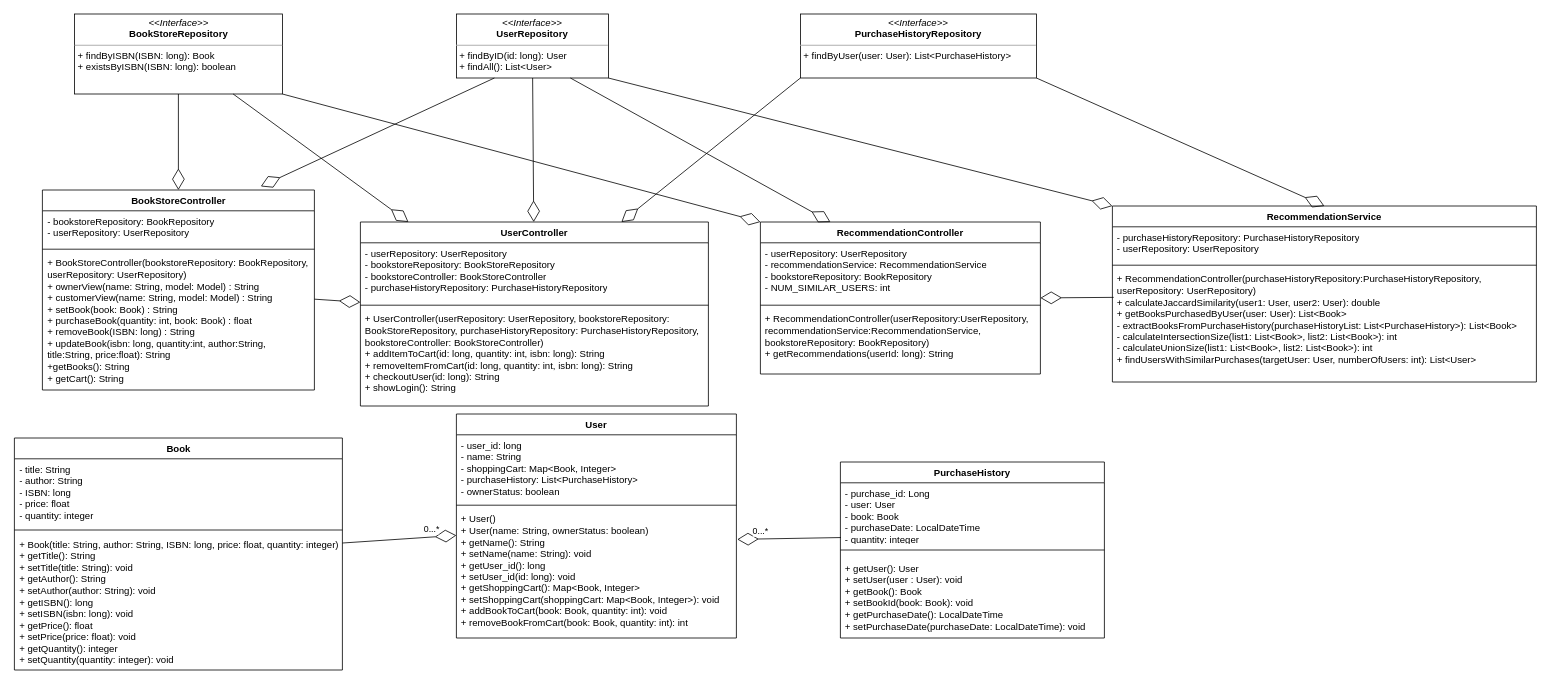
The draw.io diagram page "UML" (1 of 2) of diagrams/SYSC4806Project.drawio in FARHAN-MAHAMUD/SYSC-4806-Project, before the edit. Source tidied: cells renumbered, new cells numbered last; positions are measured from the earlier drawing's top-left corner, leaving out a move shared by most shapes. Both pictures are drawn from the tidied source at 80%, with x=0, y=0 at pixel (14, 14).
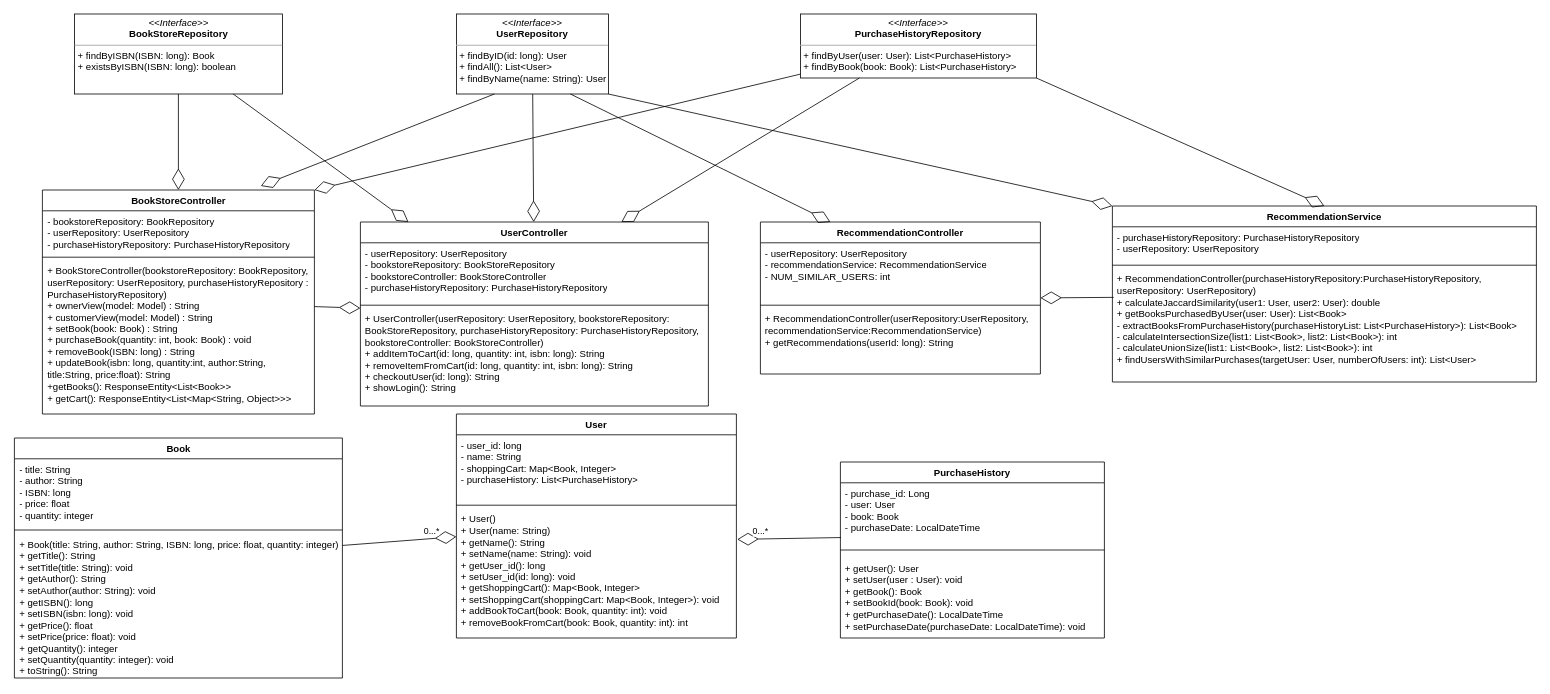
After the change.

Unchanged cells that the change refers to:
```xml
<mxCell id="6" value="User" style="swimlane;fontStyle=1;align=center;verticalAlign=top;horizontal=1;startSize=26;whiteSpace=wrap;html=1;" parent="1" vertex="1">
  <mxGeometry x="552" y="500" width="350" height="280" as="geometry" />
</mxCell>
<mxCell id="12" value="&lt;p style=&quot;margin:0px;margin-top:4px;text-align:center;&quot;&gt;&lt;i&gt;&amp;lt;&amp;lt;Interface&amp;gt;&amp;gt;&lt;/i&gt;&lt;br&gt;&lt;b&gt;BookStoreRepository&lt;/b&gt;&lt;/p&gt;&lt;hr size=&quot;1&quot;&gt;&lt;p style=&quot;margin:0px;margin-left:4px;&quot;&gt;&lt;/p&gt;&lt;p style=&quot;margin:0px;margin-left:4px;&quot;&gt;&lt;span style=&quot;background-color: initial;&quot;&gt;+ findByISBN(ISBN: long): Book&lt;/span&gt;&lt;br&gt;&lt;/p&gt;&lt;p style=&quot;margin:0px;margin-left:4px;&quot;&gt;&lt;span style=&quot;background-color: initial;&quot;&gt;+ existsByISBN(ISBN: long): boolean&lt;/span&gt;&lt;/p&gt;" style="verticalAlign=top;align=left;overflow=fill;fontSize=12;fontFamily=Helvetica;html=1;whiteSpace=wrap;" parent="1" vertex="1">
  <mxGeometry x="74.5" width="260" height="100" as="geometry" />
</mxCell>
<mxCell id="18" value="UserController" style="swimlane;fontStyle=1;align=center;verticalAlign=top;horizontal=1;startSize=26;whiteSpace=wrap;html=1;" parent="1" vertex="1">
  <mxGeometry x="432" y="260" width="435" height="230" as="geometry" />
</mxCell>
<mxCell id="27" value="PurchaseHistory" style="swimlane;fontStyle=1;align=center;verticalAlign=top;horizontal=1;startSize=26;whiteSpace=wrap;html=1;" parent="1" vertex="1">
  <mxGeometry x="1032" y="560" width="330" height="220" as="geometry" />
</mxCell>
<mxCell id="31" value="RecommendationController" style="swimlane;fontStyle=1;align=center;verticalAlign=top;horizontal=1;startSize=26;whiteSpace=wrap;html=1;" parent="1" vertex="1">
  <mxGeometry x="932" y="260" width="350" height="190" as="geometry" />
</mxCell>
```

Change to the diagram source:
```diff
@@
     <mxCell id="2" value="Book" style="swimlane;fontStyle=1;align=center;verticalAlign=top;horizontal=1;startSize=26;whiteSpace=wrap;html=1;" parent="1" vertex="1">
-      <mxGeometry x="-0.5" y="530" width="410" height="290" as="geometry" />
+      <mxGeometry x="-0.5" y="530" width="410" height="300" as="geometry" />
     </mxCell>
@@
-    <mxCell id="5" value="+ Book(title: String, author: String, ISBN: long, price: float, quantity: integer)&lt;br&gt;+ getTitle(): String&lt;br&gt;+ setTitle(title: String): void&lt;br&gt;+ getAuthor(): String&lt;br style=&quot;border-color: var(--border-color);&quot;&gt;+ setAuthor(author: String): void&lt;br&gt;+ getISBN(): long&lt;br style=&quot;border-color: var(--border-color);&quot;&gt;+ setISBN(isbn: long): void&lt;br&gt;+ getPrice(): float&lt;br style=&quot;border-color: var(--border-color);&quot;&gt;+ setPrice(price: float): void&lt;br&gt;+ getQuantity(): integer&lt;br style=&quot;border-color: var(--border-color);&quot;&gt;+ setQuantity(quantity: integer): void" style="text;strokeColor=none;fillColor=none;align=left;verticalAlign=top;spacingLeft=4;spacingRight=4;overflow=hidden;whiteSpace=wrap;html=1;" parent="2" vertex="1">
-      <mxGeometry y="120" width="410" height="170" as="geometry" />
+    <mxCell id="5" value="+ Book(title: String, author: String, ISBN: long, price: float, quantity: integer)&lt;br&gt;+ getTitle(): String&lt;br&gt;+ setTitle(title: String): void&lt;br&gt;+ getAuthor(): String&lt;br style=&quot;border-color: var(--border-color);&quot;&gt;+ setAuthor(author: String): void&lt;br&gt;+ getISBN(): long&lt;br style=&quot;border-color: var(--border-color);&quot;&gt;+ setISBN(isbn: long): void&lt;br&gt;+ getPrice(): float&lt;br style=&quot;border-color: var(--border-color);&quot;&gt;+ setPrice(price: float): void&lt;br&gt;+ getQuantity(): integer&lt;br style=&quot;border-color: var(--border-color);&quot;&gt;+ setQuantity(quantity: integer): void&lt;br&gt;+&amp;nbsp;toString(): String" style="text;strokeColor=none;fillColor=none;align=left;verticalAlign=top;spacingLeft=4;spacingRight=4;overflow=hidden;whiteSpace=wrap;html=1;" parent="2" vertex="1">
+      <mxGeometry y="120" width="410" height="180" as="geometry" />
     </mxCell>
@@
-    <mxCell id="7" value="- user_id: long&lt;br&gt;- name: String&lt;br&gt;- shoppingCart: Map&amp;lt;Book, Integer&amp;gt;&lt;br&gt;-&amp;nbsp;purchaseHistory&lt;span style=&quot;background-color: initial;&quot;&gt;: List&amp;lt;PurchaseHistory&amp;gt;&lt;br&gt;- ownerStatus: boolean&lt;br&gt;&lt;/span&gt;" style="text;strokeColor=none;fillColor=none;align=left;verticalAlign=top;spacingLeft=4;spacingRight=4;overflow=hidden;whiteSpace=wrap;html=1;" parent="6" vertex="1">
+    <mxCell id="7" value="- user_id: long&lt;br&gt;- name: String&lt;br&gt;- shoppingCart: Map&amp;lt;Book, Integer&amp;gt;&lt;br&gt;-&amp;nbsp;purchaseHistory&lt;span style=&quot;background-color: initial;&quot;&gt;: List&amp;lt;PurchaseHistory&amp;gt;&lt;br&gt;&lt;/span&gt;" style="text;strokeColor=none;fillColor=none;align=left;verticalAlign=top;spacingLeft=4;spacingRight=4;overflow=hidden;whiteSpace=wrap;html=1;" parent="6" vertex="1">
       <mxGeometry y="26" width="350" height="84" as="geometry" />
     </mxCell>
@@
-    <mxCell id="9" value="+ User()&lt;br&gt;+ User(name: String, ownerStatus: boolean)&lt;br&gt;+ getName(): String&lt;br&gt;+ setName(name: String): void&lt;br&gt;+ getUser_id(): long&lt;br&gt;+ setUser_id(id: long): void&lt;br&gt;+ getShoppingCart(): Map&amp;lt;Book, Integer&amp;gt;&lt;br&gt;+ setShoppingCart(shoppingCart: Map&amp;lt;Book, Integer&amp;gt;): void&lt;br&gt;+ addBookToCart(book: Book, quantity: int): void&lt;br&gt;+ removeBookFromCart(book: Book, quantity: int): int&lt;br&gt;&lt;br&gt;" style="text;strokeColor=none;fillColor=none;align=left;verticalAlign=top;spacingLeft=4;spacingRight=4;overflow=hidden;points=[[0,0.5],[1,0.5]];portConstraint=eastwest;whiteSpace=wrap;html=1;" parent="6" vertex="1">
+    <mxCell id="9" value="+ User()&lt;br&gt;+ User(name: String)&lt;br&gt;+ getName(): String&lt;br&gt;+ setName(name: String): void&lt;br&gt;+ getUser_id(): long&lt;br&gt;+ setUser_id(id: long): void&lt;br&gt;+ getShoppingCart(): Map&amp;lt;Book, Integer&amp;gt;&lt;br&gt;+ setShoppingCart(shoppingCart: Map&amp;lt;Book, Integer&amp;gt;): void&lt;br&gt;+ addBookToCart(book: Book, quantity: int): void&lt;br&gt;+ removeBookFromCart(book: Book, quantity: int): int&lt;br&gt;" style="text;strokeColor=none;fillColor=none;align=left;verticalAlign=top;spacingLeft=4;spacingRight=4;overflow=hidden;points=[[0,0.5],[1,0.5]];portConstraint=eastwest;whiteSpace=wrap;html=1;" parent="6" vertex="1">
       <mxGeometry y="118" width="350" height="162" as="geometry" />
     </mxCell>
@@
-    <mxCell id="13" value="&lt;p style=&quot;margin:0px;margin-top:4px;text-align:center;&quot;&gt;&lt;i&gt;&amp;lt;&amp;lt;Interface&amp;gt;&amp;gt;&lt;/i&gt;&lt;br&gt;&lt;b&gt;UserRepository&lt;/b&gt;&lt;/p&gt;&lt;hr size=&quot;1&quot;&gt;&lt;p style=&quot;margin:0px;margin-left:4px;&quot;&gt;&lt;/p&gt;&lt;p style=&quot;margin:0px;margin-left:4px;&quot;&gt;&lt;span style=&quot;background-color: initial;&quot;&gt;+ findByID(id: long): User&lt;/span&gt;&lt;br&gt;&lt;/p&gt;&lt;p style=&quot;margin:0px;margin-left:4px;&quot;&gt;&lt;span style=&quot;background-color: initial;&quot;&gt;+ findAll(): List&amp;lt;User&amp;gt;&lt;/span&gt;&lt;/p&gt;" style="verticalAlign=top;align=left;overflow=fill;fontSize=12;fontFamily=Helvetica;html=1;whiteSpace=wrap;" parent="1" vertex="1">
-      <mxGeometry x="552" width="190" height="80" as="geometry" />
+    <mxCell id="13" value="&lt;p style=&quot;margin:0px;margin-top:4px;text-align:center;&quot;&gt;&lt;i&gt;&amp;lt;&amp;lt;Interface&amp;gt;&amp;gt;&lt;/i&gt;&lt;br&gt;&lt;b&gt;UserRepository&lt;/b&gt;&lt;/p&gt;&lt;hr size=&quot;1&quot;&gt;&lt;p style=&quot;margin:0px;margin-left:4px;&quot;&gt;&lt;/p&gt;&lt;p style=&quot;margin:0px;margin-left:4px;&quot;&gt;&lt;span style=&quot;background-color: initial;&quot;&gt;+ findByID(id: long): User&lt;/span&gt;&lt;br&gt;&lt;/p&gt;&lt;p style=&quot;margin:0px;margin-left:4px;&quot;&gt;&lt;span style=&quot;background-color: initial;&quot;&gt;+ findAll(): List&amp;lt;User&amp;gt;&lt;/span&gt;&lt;/p&gt;&lt;p style=&quot;margin:0px;margin-left:4px;&quot;&gt;&lt;span style=&quot;background-color: initial;&quot;&gt;+ findByName(name: String): User&lt;/span&gt;&lt;/p&gt;" style="verticalAlign=top;align=left;overflow=fill;fontSize=12;fontFamily=Helvetica;html=1;whiteSpace=wrap;" parent="1" vertex="1">
+      <mxGeometry x="552" width="190" height="100" as="geometry" />
     </mxCell>
     <mxCell id="14" value="BookStoreController" style="swimlane;fontStyle=1;align=center;verticalAlign=top;horizontal=1;startSize=26;whiteSpace=wrap;html=1;" parent="1" vertex="1">
-      <mxGeometry x="34.5" y="220" width="340" height="250" as="geometry" />
+      <mxGeometry x="34.5" y="220" width="340" height="280" as="geometry" />
     </mxCell>
-    <mxCell id="15" value="- bookstoreRepository: BookRepository&lt;br&gt;- userRepository: UserRepository" style="text;strokeColor=none;fillColor=none;align=left;verticalAlign=top;spacingLeft=4;spacingRight=4;overflow=hidden;whiteSpace=wrap;html=1;" parent="14" vertex="1">
-      <mxGeometry y="26" width="340" height="44" as="geometry" />
+    <mxCell id="15" value="- bookstoreRepository: BookRepository&lt;br&gt;- userRepository: UserRepository&lt;br&gt;-&amp;nbsp;purchaseHistoryRepository: PurchaseHistoryRepository" style="text;strokeColor=none;fillColor=none;align=left;verticalAlign=top;spacingLeft=4;spacingRight=4;overflow=hidden;whiteSpace=wrap;html=1;" parent="14" vertex="1">
+      <mxGeometry y="26" width="340" height="54" as="geometry" />
     </mxCell>
     <mxCell id="16" style="line;strokeWidth=1;fillColor=none;align=left;verticalAlign=middle;spacingTop=-1;spacingLeft=3;spacingRight=3;labelPosition=right;strokeColor=inherit;" parent="14" vertex="1">
-      <mxGeometry y="70" width="340" height="8" as="geometry" />
+      <mxGeometry y="80" width="340" height="8" as="geometry" />
     </mxCell>
-    <mxCell id="17" value="+ BookStoreController(bookstoreRepository: BookRepository, userRepository: UserRepository)&lt;br&gt;+ ownerView(name: String, model: Model) : String&lt;br&gt;+ customerView(name: String, model: Model) : String&lt;br&gt;+ setBook(book: Book) : String&lt;br&gt;+ purchaseBook(quantity: int, book: Book) : float&lt;br style=&quot;border-color: var(--border-color);&quot;&gt;+ removeBook(ISBN: long) : String&lt;br&gt;+ updateBook(isbn: long, quantity:int, author:String, title:String, price:float): String&lt;br&gt;+getBooks():&amp;nbsp;String&lt;br&gt;+ getCart(): String" style="text;strokeColor=none;fillColor=none;align=left;verticalAlign=top;spacingLeft=4;spacingRight=4;overflow=hidden;whiteSpace=wrap;html=1;" parent="14" vertex="1">
-      <mxGeometry y="78" width="340" height="172" as="geometry" />
+    <mxCell id="17" value="+ BookStoreController(bookstoreRepository: BookRepository, userRepository: UserRepository, purchaseHistoryRepository : PurchaseHistoryRepository)&lt;br&gt;+ ownerView(model: Model) : String&lt;br&gt;+ customerView(model: Model) : String&lt;br&gt;+ setBook(book: Book) : String&lt;br&gt;+ purchaseBook(quantity: int, book: Book) : void&lt;br style=&quot;border-color: var(--border-color);&quot;&gt;+ removeBook(ISBN: long) : String&lt;br&gt;+ updateBook(isbn: long, quantity:int, author:String, title:String, price:float): String&lt;br&gt;+getBooks():&amp;nbsp;ResponseEntity&amp;lt;List&amp;lt;Book&amp;gt;&amp;gt;&lt;span style=&quot;font-family: &amp;quot;JetBrains Mono&amp;quot;, monospace; font-size: 9.8pt; background-color: rgb(30, 31, 34); color: rgb(188, 190, 196);&quot;&gt;&lt;/span&gt;&lt;br&gt;+ getCart():&amp;nbsp;ResponseEntity&amp;lt;List&amp;lt;Map&amp;lt;String, Object&amp;gt;&amp;gt;&amp;gt;&amp;nbsp;" style="text;strokeColor=none;fillColor=none;align=left;verticalAlign=top;spacingLeft=4;spacingRight=4;overflow=hidden;whiteSpace=wrap;html=1;" parent="14" vertex="1">
+      <mxGeometry y="88" width="340" height="192" as="geometry" />
     </mxCell>
@@
-    <mxCell id="26" value="&lt;p style=&quot;margin:0px;margin-top:4px;text-align:center;&quot;&gt;&lt;i&gt;&amp;lt;&amp;lt;Interface&amp;gt;&amp;gt;&lt;/i&gt;&lt;br&gt;&lt;b&gt;PurchaseHistoryRepository&lt;/b&gt;&lt;/p&gt;&lt;hr size=&quot;1&quot;&gt;&lt;p style=&quot;margin:0px;margin-left:4px;&quot;&gt;&lt;/p&gt;&lt;p style=&quot;margin:0px;margin-left:4px;&quot;&gt;&lt;span style=&quot;background-color: initial;&quot;&gt;+ findByUser(user: User): List&amp;lt;PurchaseHistory&amp;gt;&lt;/span&gt;&lt;/p&gt;" style="verticalAlign=top;align=left;overflow=fill;fontSize=12;fontFamily=Helvetica;html=1;whiteSpace=wrap;" parent="1" vertex="1">
+    <mxCell id="26" value="&lt;p style=&quot;margin:0px;margin-top:4px;text-align:center;&quot;&gt;&lt;i&gt;&amp;lt;&amp;lt;Interface&amp;gt;&amp;gt;&lt;/i&gt;&lt;br&gt;&lt;b&gt;PurchaseHistoryRepository&lt;/b&gt;&lt;/p&gt;&lt;hr size=&quot;1&quot;&gt;&lt;p style=&quot;margin:0px;margin-left:4px;&quot;&gt;&lt;/p&gt;&lt;p style=&quot;margin:0px;margin-left:4px;&quot;&gt;&lt;span style=&quot;background-color: initial;&quot;&gt;+ findByUser(user: User): List&amp;lt;PurchaseHistory&amp;gt;&lt;/span&gt;&lt;/p&gt;&lt;p style=&quot;margin:0px;margin-left:4px;&quot;&gt;+&amp;nbsp;findByBook&lt;span style=&quot;background-color: initial;&quot;&gt;(book: Book): List&amp;lt;PurchaseHistory&amp;gt;&lt;/span&gt;&lt;/p&gt;" style="verticalAlign=top;align=left;overflow=fill;fontSize=12;fontFamily=Helvetica;html=1;whiteSpace=wrap;" parent="1" vertex="1">
       <mxGeometry x="982" width="295" height="80" as="geometry" />
     </mxCell>
@@
-    <mxCell id="28" value="- purchase_id: Long&lt;br style=&quot;border-color: var(--border-color);&quot;&gt;- user: User&lt;br style=&quot;border-color: var(--border-color);&quot;&gt;- book: Book&lt;br&gt;- purchaseDate: LocalDateTime&lt;br&gt;- quantity: integer" style="text;strokeColor=none;fillColor=none;align=left;verticalAlign=top;spacingLeft=4;spacingRight=4;overflow=hidden;points=[[0,0.5],[1,0.5]];portConstraint=eastwest;whiteSpace=wrap;html=1;" parent="27" vertex="1">
+    <mxCell id="28" value="- purchase_id: Long&lt;br style=&quot;border-color: var(--border-color);&quot;&gt;- user: User&lt;br style=&quot;border-color: var(--border-color);&quot;&gt;- book: Book&lt;br&gt;- purchaseDate: LocalDateTime" style="text;strokeColor=none;fillColor=none;align=left;verticalAlign=top;spacingLeft=4;spacingRight=4;overflow=hidden;points=[[0,0.5],[1,0.5]];portConstraint=eastwest;whiteSpace=wrap;html=1;" parent="27" vertex="1">
       <mxGeometry y="26" width="330" height="74" as="geometry" />
     </mxCell>
@@
-    <mxCell id="32" value="- userRepository: UserRepository&lt;br&gt;- recommendationService: RecommendationService&lt;br&gt;- bookstoreRepository: BookRepository&lt;br&gt;- NUM_SIMILAR_USERS: int" style="text;strokeColor=none;fillColor=none;align=left;verticalAlign=top;spacingLeft=4;spacingRight=4;overflow=hidden;points=[[0,0.5],[1,0.5]];portConstraint=eastwest;whiteSpace=wrap;html=1;" parent="31" vertex="1">
+    <mxCell id="32" value="- userRepository: UserRepository&lt;br&gt;- recommendationService: RecommendationService&lt;br&gt;- NUM_SIMILAR_USERS: int" style="text;strokeColor=none;fillColor=none;align=left;verticalAlign=top;spacingLeft=4;spacingRight=4;overflow=hidden;points=[[0,0.5],[1,0.5]];portConstraint=eastwest;whiteSpace=wrap;html=1;" parent="31" vertex="1">
       <mxGeometry y="26" width="350" height="74" as="geometry" />
     </mxCell>
@@
-    <mxCell id="34" value="+ RecommendationController(userRepository:UserRepository, recommendationService:RecommendationService, bookstoreRepository: BookRepository)&lt;br&gt;+ getRecommendations(userId: long): String" style="text;strokeColor=none;fillColor=none;align=left;verticalAlign=top;spacingLeft=4;spacingRight=4;overflow=hidden;whiteSpace=wrap;html=1;" parent="31" vertex="1">
+    <mxCell id="34" value="+ RecommendationController(userRepository:UserRepository, recommendationService:RecommendationService)&lt;br&gt;+ getRecommendations(userId: long): String" style="text;strokeColor=none;fillColor=none;align=left;verticalAlign=top;spacingLeft=4;spacingRight=4;overflow=hidden;whiteSpace=wrap;html=1;" parent="31" vertex="1">
       <mxGeometry y="108" width="350" height="82" as="geometry" />
     </mxCell>
@@
-    <mxCell id="40" style="endArrow=diamondThin;endFill=0;endSize=24;html=1;rounded=0;exitX=0;exitY=1;exitDx=0;exitDy=0;entryX=0.75;entryY=0;entryDx=0;entryDy=0;" parent="1" edge="1" source="26" target="18">
+    <mxCell id="40" style="endArrow=diamondThin;endFill=0;endSize=24;html=1;rounded=0;exitX=0.25;exitY=1;exitDx=0;exitDy=0;entryX=0.75;entryY=0;entryDx=0;entryDy=0;" parent="1" edge="1" source="26" target="18">
       <mxGeometry relative="1" as="geometry" />
     </mxCell>
@@
-    <mxCell id="44" style="endArrow=diamondThin;endFill=0;endSize=24;html=1;rounded=0;entryX=0;entryY=0;entryDx=0;entryDy=0;exitX=1;exitY=1;exitDx=0;exitDy=0;" parent="1" edge="1" source="12" target="31">
-      <mxGeometry relative="1" as="geometry" />
-    </mxCell>
@@
+    <mxCell id="48" style="endArrow=diamondThin;endFill=0;endSize=24;html=1;rounded=0;entryX=1;entryY=0;entryDx=0;entryDy=0;" parent="1" edge="1" source="26" target="14">
+      <mxGeometry relative="1" as="geometry" />
+    </mxCell>
```
